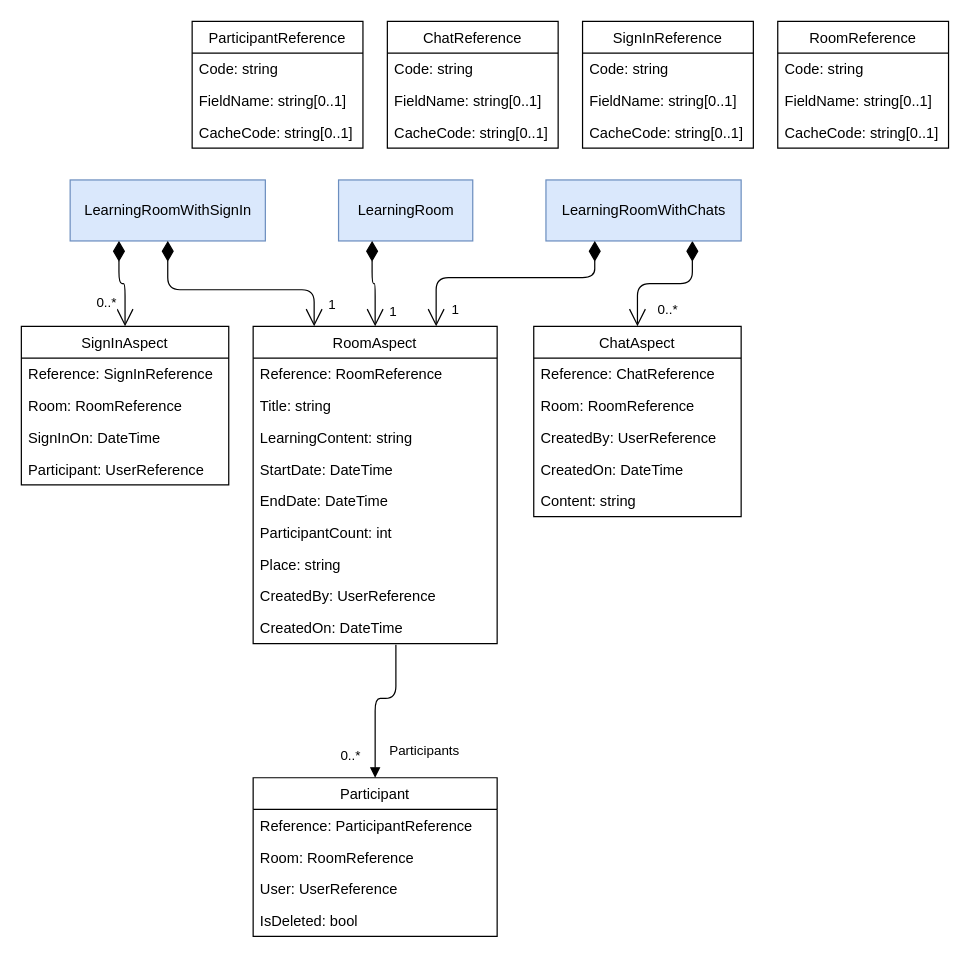
The draw.io diagram UML/LearningRoom.drawio in sdlfly2000/MindBridgeCampServer, before the edit. Source tidied: cells renumbered, new cells numbered last; positions are measured from the earlier drawing's top-left corner, leaving out a move shared by most shapes. Both pictures are drawn from the tidied source at 122%, with x=0, y=0 at pixel (21, 21).
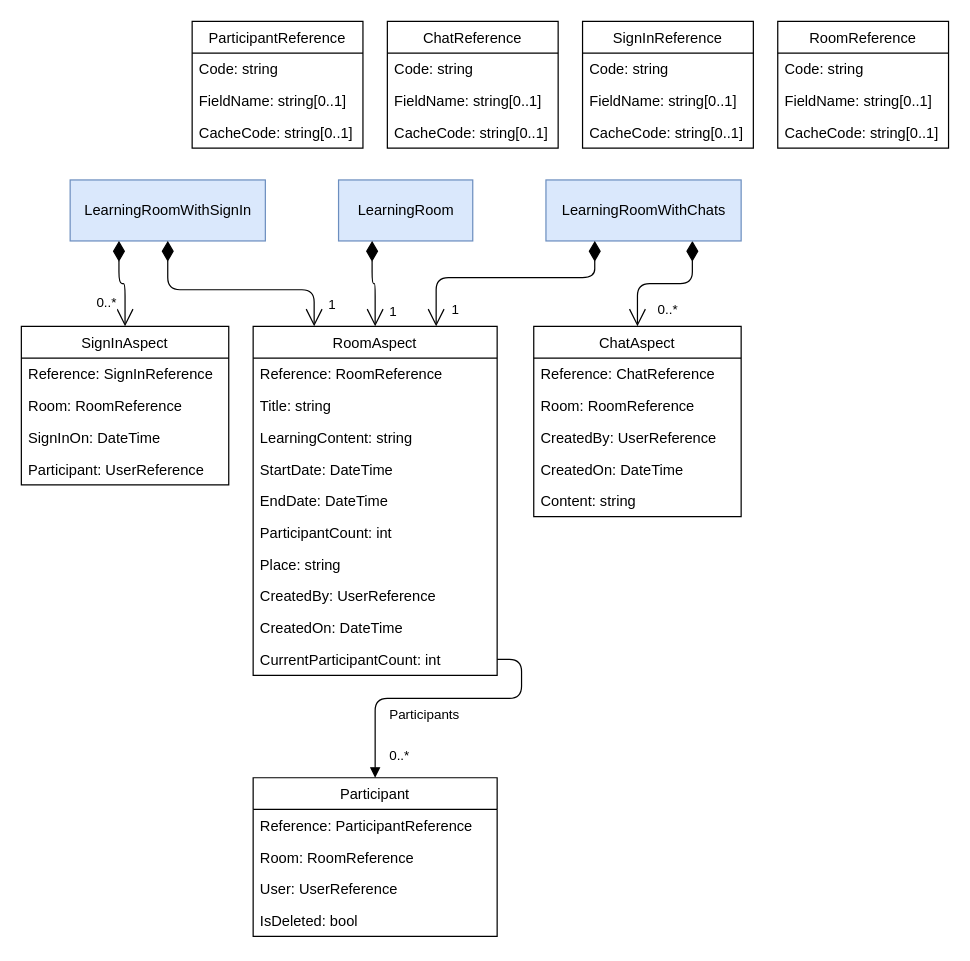
The same diagram, later.

The change refers to these unchanged cells:
```xml
<mxCell id="12" value="CreatedOn: DateTime" style="text;strokeColor=none;fillColor=none;align=left;verticalAlign=top;spacingLeft=4;spacingRight=4;overflow=hidden;points=[[0,0.5],[1,0.5]];portConstraint=eastwest;" parent="3" vertex="1">
  <mxGeometry y="234" width="200" height="26" as="geometry" />
</mxCell>
<mxCell id="43" value="Participant" style="swimlane;fontStyle=0;horizontal=1;startSize=26;fillColor=none;" parent="1" vertex="1">
  <mxGeometry x="190" y="620" width="200" height="130" as="geometry" />
</mxCell>
```

What changed in the source:
```diff
@@
     <mxCell id="3" value="RoomAspect" style="swimlane;fontStyle=0;horizontal=1;startSize=26;fillColor=none;" parent="1" vertex="1">
-      <mxGeometry x="190" y="250" width="200" height="260" as="geometry" />
+      <mxGeometry x="190" y="250" width="200" height="286" as="geometry" />
     </mxCell>
@@
+    <mxCell id="54" value="CurrentParticipantCount: int" style="text;strokeColor=none;fillColor=none;align=left;verticalAlign=top;spacingLeft=4;spacingRight=4;overflow=hidden;points=[[0,0.5],[1,0.5]];portConstraint=eastwest;" parent="3" vertex="1">
+      <mxGeometry y="260" width="200" height="26" as="geometry" />
+    </mxCell>
@@
-    <mxCell id="52" value="Participants" style="endArrow=block;endFill=1;html=1;edgeStyle=orthogonalEdgeStyle;align=left;verticalAlign=top;entryX=0.5;entryY=0;entryDx=0;entryDy=0;exitX=0.585;exitY=1.038;exitDx=0;exitDy=0;exitPerimeter=0;" parent="1" edge="1" source="12" target="43">
+    <mxCell id="52" value="Participants" style="endArrow=block;endFill=1;html=1;edgeStyle=orthogonalEdgeStyle;align=left;verticalAlign=top;entryX=0.5;entryY=0;entryDx=0;entryDy=0;exitX=1;exitY=0.5;exitDx=0;exitDy=0;" parent="1" edge="1" source="54" target="43">
       <mxGeometry x="0.45" y="10" relative="1" as="geometry">
         <Array as="points">
-          <mxPoint x="307" y="555" />
+          <mxPoint x="410" y="523" />
+          <mxPoint x="410" y="555" />
           <mxPoint x="290" y="555" />
         </Array>
       </mxGeometry>
     </mxCell>
     <mxCell id="53" value="0..*" style="edgeLabel;html=1;align=left;verticalAlign=bottom;labelBorderColor=none;" parent="52" vertex="1">
       <mxGeometry x="-1" relative="1" as="geometry">
-        <mxPoint x="-47" y="99" as="offset" />
+        <mxPoint x="-90" y="87" as="offset" />
       </mxGeometry>
     </mxCell>
```
